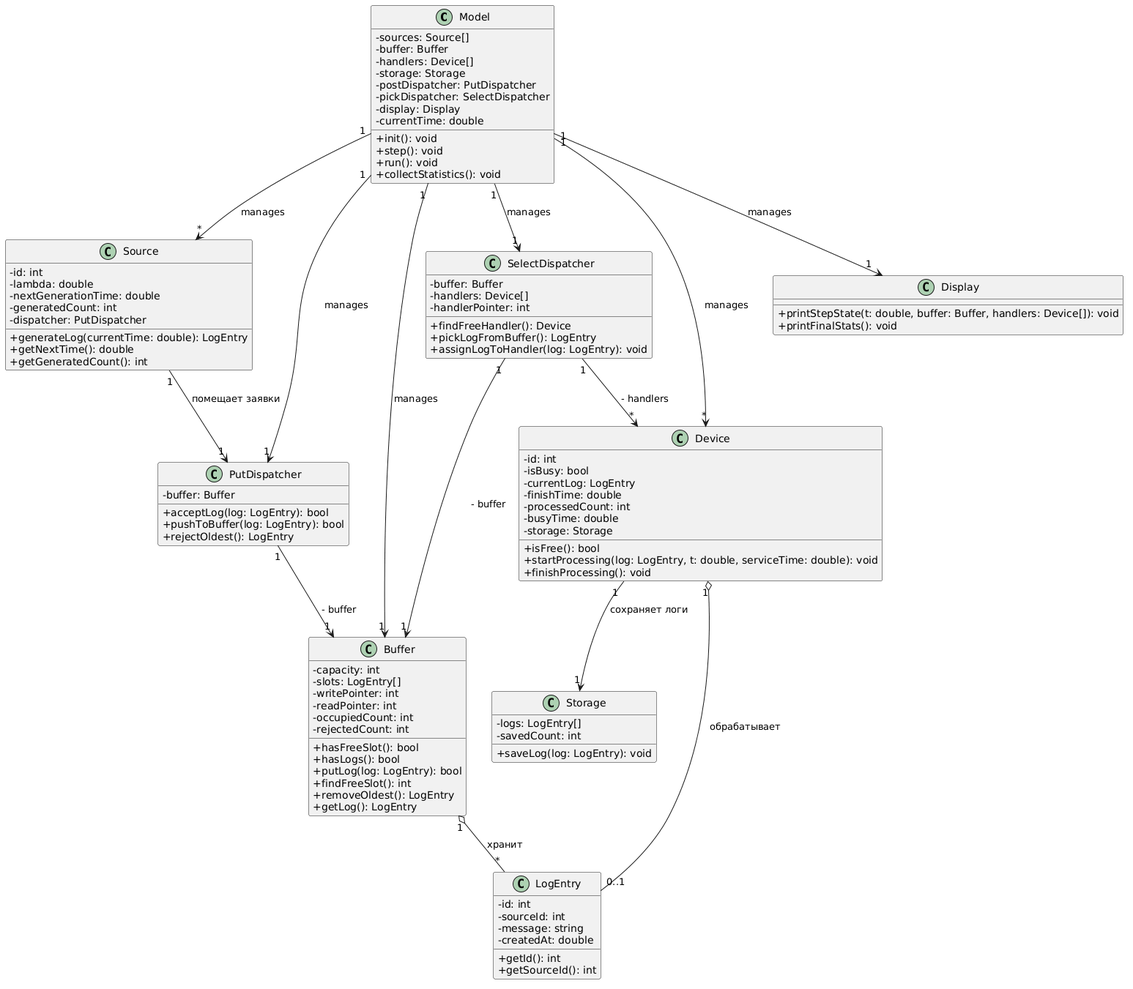
This is diagrams/class/class_diagram.png from sindyshift/course-work-smo, a PlantUML export, as it was before one commit. Source of this version:
```plantuml
@startuml
skinparam classAttributeIconSize 0

class Model {
  - sources: Source[]
  - buffer: Buffer
  - handlers: Device[]
  - storage: Storage
  - postDispatcher: PutDispatcher
  - pickDispatcher: SelectDispatcher
  - display: Display
  - currentTime: double
  + init(): void
  + step(): void
  + run(): void
  + collectStatistics(): void
}

class Source {
  - id: int
  - lambda: double
  - nextGenerationTime: double
  - generatedCount: int
  - dispatcher: PutDispatcher
  + generateLog(currentTime: double): LogEntry
  + getNextTime(): double
  + getGeneratedCount(): int
}

class PutDispatcher {
  - buffer: Buffer
  + acceptLog(log: LogEntry): bool
  + pushToBuffer(log: LogEntry): bool
  + rejectOldest(): LogEntry
}

class Buffer {
  - capacity: int
  - slots: LogEntry[]
  - writePointer: int
  - readPointer: int
  - occupiedCount: int
  - rejectedCount: int
  + hasFreeSlot(): bool
  + hasLogs(): bool
  + putLog(log: LogEntry): bool
  + findFreeSlot(): int
  + removeOldest(): LogEntry
  + getLog(): LogEntry
}

class SelectDispatcher {
  - buffer: Buffer
  - handlers: Device[]
  - handlerPointer: int
  + findFreeHandler(): Device
  + pickLogFromBuffer(): LogEntry
  + assignLogToHandler(log: LogEntry): void
}

class Device {
  - id: int
  - isBusy: bool
  - currentLog: LogEntry
  - finishTime: double
  - processedCount: int
  - busyTime: double
  - storage: Storage
  + isFree(): bool
  + startProcessing(log: LogEntry, t: double, serviceTime: double): void
  + finishProcessing(): void
}

class Storage {
  - logs: LogEntry[]
  - savedCount: int
  + saveLog(log: LogEntry): void
}

class LogEntry {
  - id: int
  - sourceId: int
  - message: string
  - createdAt: double
  + getId(): int
  + getSourceId(): int
}

class Display {
  + printStepState(t: double, buffer: Buffer, handlers: Device[]): void
  + printFinalStats(): void
}

Model "1" --> "*" Source : manages
Model "1" --> "1" Buffer : manages
Model "1" --> "*" Device : manages
Model "1" --> "1" PutDispatcher : manages
Model "1" --> "1" SelectDispatcher : manages
Model "1" --> "1" Display : manages

PutDispatcher "1" --> "1" Buffer : - buffer
SelectDispatcher "1" --> "1" Buffer : - buffer
SelectDispatcher "1" --> "*" Device : - handlers
Source "1" --> "1" PutDispatcher : помещает заявки
Buffer "1" o-- "*" LogEntry : хранит
Device "1" o-- "0..1" LogEntry : обрабатывает
Device "1" --> "1" Storage : сохраняет логи
@enduml
```
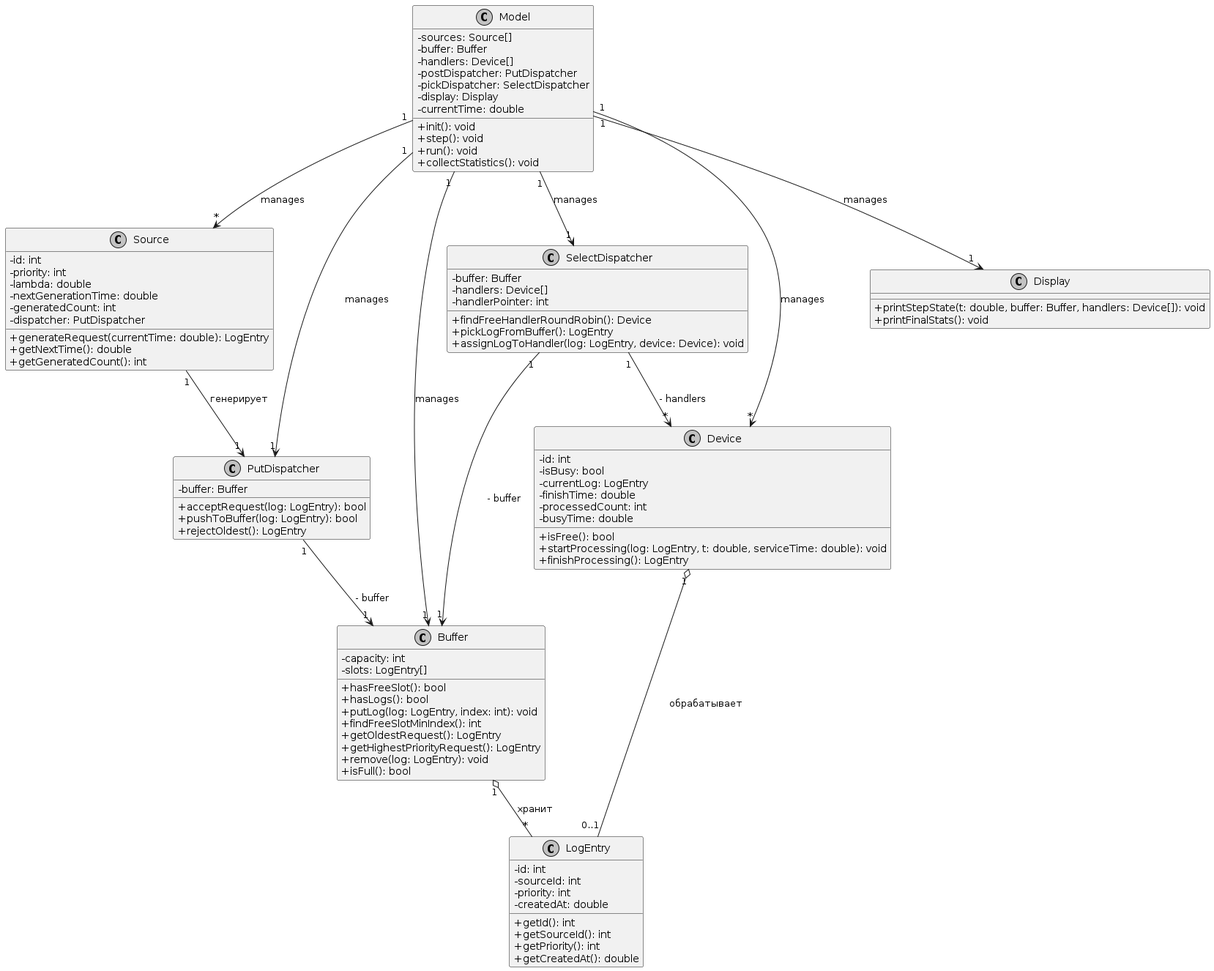
Later version of the same file.

The edit, as a diff of the source:
```diff
@@ -1,11 +1,12 @@
 @startuml
 skinparam classAttributeIconSize 0
+skinparam monochrome true
+skinparam shadowing false
 
 class Model {
   - sources: Source[]
   - buffer: Buffer
   - handlers: Device[]
-  - storage: Storage
   - postDispatcher: PutDispatcher
   - pickDispatcher: SelectDispatcher
   - display: Display
@@ -18,18 +19,19 @@
 
 class Source {
   - id: int
+  - priority: int
   - lambda: double
   - nextGenerationTime: double
   - generatedCount: int
   - dispatcher: PutDispatcher
-  + generateLog(currentTime: double): LogEntry
+  + generateRequest(currentTime: double): LogEntry
   + getNextTime(): double
   + getGeneratedCount(): int
 }
 
 class PutDispatcher {
   - buffer: Buffer
-  + acceptLog(log: LogEntry): bool
+  + acceptRequest(log: LogEntry): bool
   + pushToBuffer(log: LogEntry): bool
   + rejectOldest(): LogEntry
 }
@@ -37,25 +39,23 @@
 class Buffer {
   - capacity: int
   - slots: LogEntry[]
-  - writePointer: int
-  - readPointer: int
-  - occupiedCount: int
-  - rejectedCount: int
   + hasFreeSlot(): bool
   + hasLogs(): bool
-  + putLog(log: LogEntry): bool
-  + findFreeSlot(): int
-  + removeOldest(): LogEntry
-  + getLog(): LogEntry
+  + putLog(log: LogEntry, index: int): void
+  + findFreeSlotMinIndex(): int
+  + getOldestRequest(): LogEntry
+  + getHighestPriorityRequest(): LogEntry
+  + remove(log: LogEntry): void
+  + isFull(): bool
 }
 
 class SelectDispatcher {
   - buffer: Buffer
   - handlers: Device[]
   - handlerPointer: int
-  + findFreeHandler(): Device
+  + findFreeHandlerRoundRobin(): Device
   + pickLogFromBuffer(): LogEntry
-  + assignLogToHandler(log: LogEntry): void
+  + assignLogToHandler(log: LogEntry, device: Device): void
 }
 
 class Device {
@@ -65,25 +65,20 @@
   - finishTime: double
   - processedCount: int
   - busyTime: double
-  - storage: Storage
   + isFree(): bool
   + startProcessing(log: LogEntry, t: double, serviceTime: double): void
-  + finishProcessing(): void
-}
-
-class Storage {
-  - logs: LogEntry[]
-  - savedCount: int
-  + saveLog(log: LogEntry): void
+  + finishProcessing(): LogEntry
 }
 
 class LogEntry {
   - id: int
   - sourceId: int
-  - message: string
+  - priority: int
   - createdAt: double
   + getId(): int
   + getSourceId(): int
+  + getPriority(): int
+  + getCreatedAt(): double
 }
 
 class Display {
@@ -101,8 +96,7 @@
 PutDispatcher "1" --> "1" Buffer : - buffer
 SelectDispatcher "1" --> "1" Buffer : - buffer
 SelectDispatcher "1" --> "*" Device : - handlers
-Source "1" --> "1" PutDispatcher : помещает заявки
+Source "1" --> "1" PutDispatcher : генерирует
 Buffer "1" o-- "*" LogEntry : хранит
 Device "1" o-- "0..1" LogEntry : обрабатывает
-Device "1" --> "1" Storage : сохраняет логи
 @enduml
```
